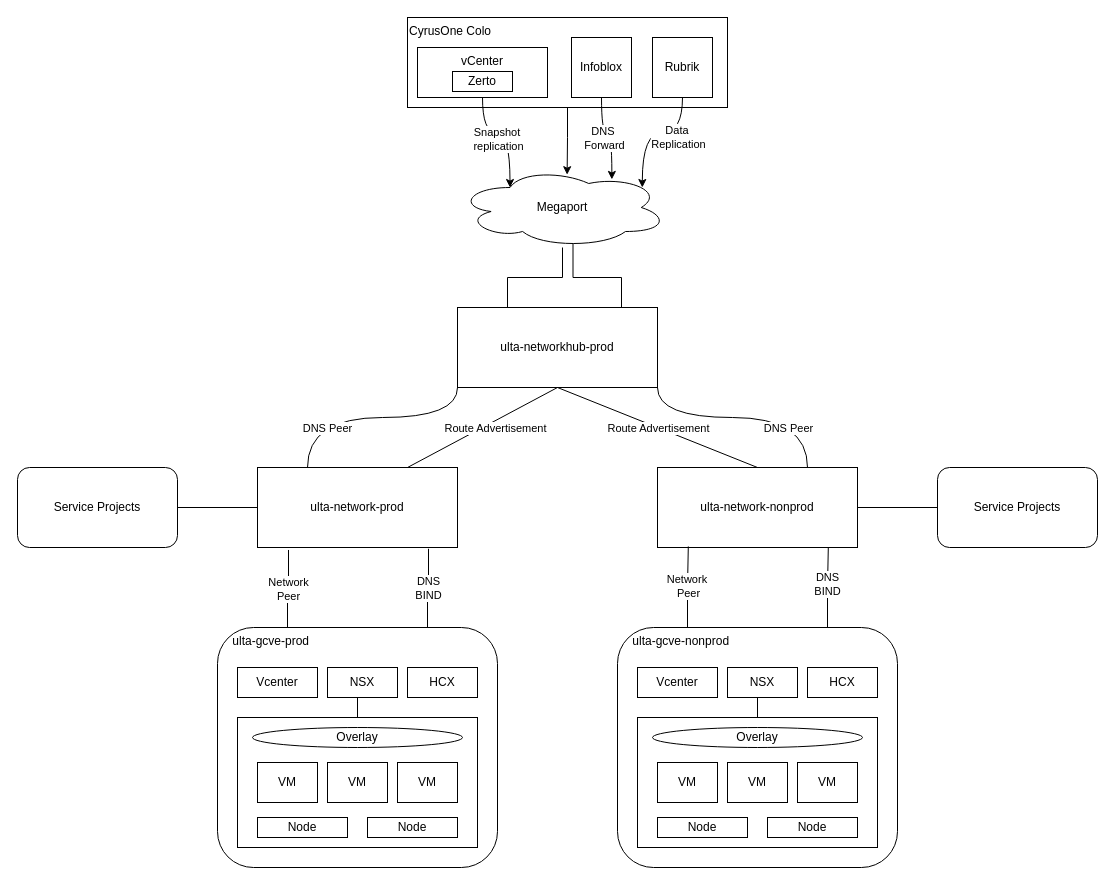
Earlier version of the draw.io diagram page "GCVE Network" (11 of 13) of images/compute.drawio (bpayt2/temp). Source tidied: cells renumbered, new cells numbered last; positions are measured from the earlier drawing's top-left corner, leaving out a move shared by most shapes. Both pictures are drawn from the tidied source at 100%, with x=0, y=0 at pixel (17, 17).
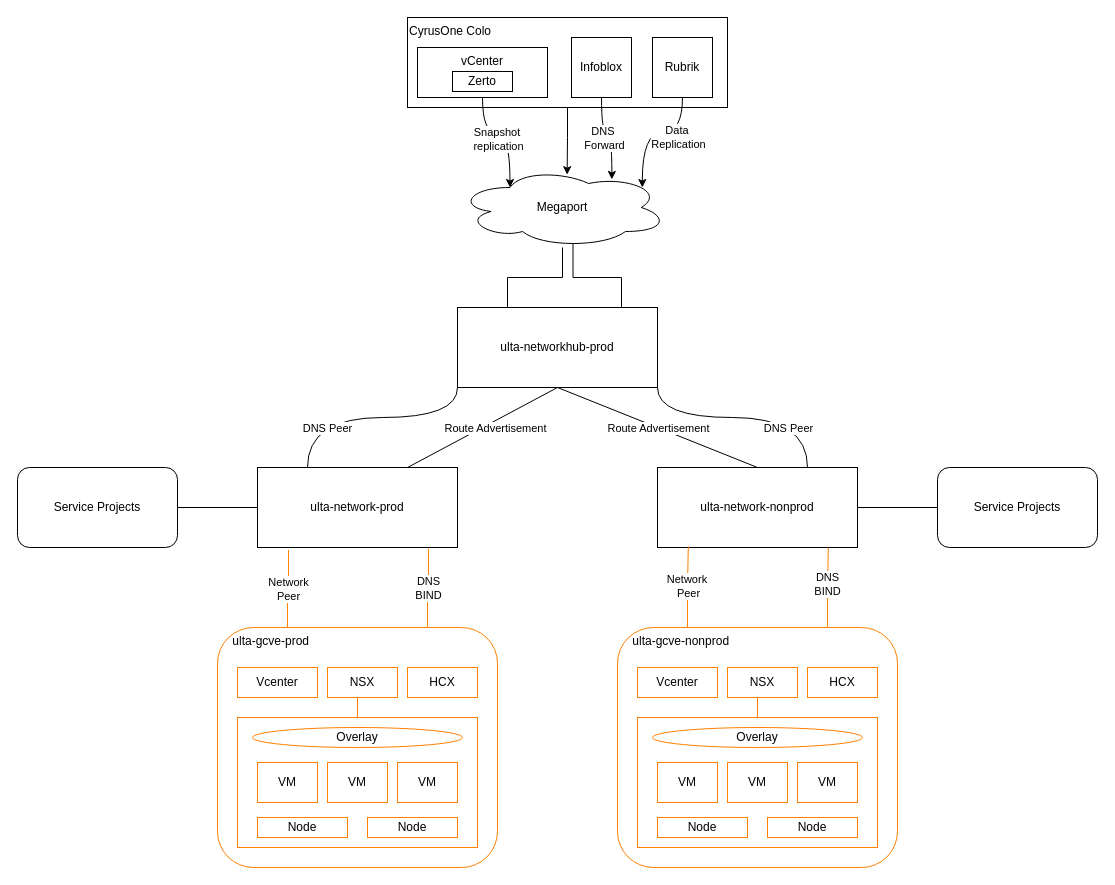
After the change.

Unchanged cells that the change refers to:
```xml
<mxCell id="10" value="ulta-network-prod" style="rounded=0;whiteSpace=wrap;html=1;" parent="1" vertex="1">
  <mxGeometry x="240" y="450" width="200" height="80" as="geometry" />
</mxCell>
<mxCell id="12" value="ulta-network-nonprod" style="rounded=0;whiteSpace=wrap;html=1;" parent="1" vertex="1">
  <mxGeometry x="640" y="450" width="200" height="80" as="geometry" />
</mxCell>
```

Change to the diagram source:
```diff
@@
-    <mxCell id="13" value="&amp;nbsp; &amp;nbsp; ulta-gcve-prod" style="rounded=1;whiteSpace=wrap;html=1;align=left;verticalAlign=top;" parent="1" vertex="1">
+    <mxCell id="13" value="&amp;nbsp; &amp;nbsp; ulta-gcve-prod" style="rounded=1;whiteSpace=wrap;html=1;align=left;verticalAlign=top;strokeColor=#FF8000;" parent="1" vertex="1">
       <mxGeometry x="200" y="610" width="280" height="240" as="geometry" />
     </mxCell>
@@
-    <mxCell id="21" value="Vcenter" style="rounded=0;whiteSpace=wrap;html=1;" parent="1" vertex="1">
+    <mxCell id="21" value="Vcenter" style="rounded=0;whiteSpace=wrap;html=1;strokeColor=#FF8000;" parent="1" vertex="1">
       <mxGeometry x="220" y="650" width="80" height="30" as="geometry" />
     </mxCell>
-    <mxCell id="22" style="edgeStyle=orthogonalEdgeStyle;rounded=0;jettySize=auto;html=1;exitX=0.5;exitY=1;exitDx=0;exitDy=0;entryX=0.5;entryY=0;entryDx=0;entryDy=0;" parent="1" edge="1" source="23" target="31">
+    <mxCell id="22" style="edgeStyle=orthogonalEdgeStyle;rounded=0;jettySize=auto;html=1;exitX=0.5;exitY=1;exitDx=0;exitDy=0;entryX=0.5;entryY=0;entryDx=0;entryDy=0;strokeColor=#FF8000;" parent="1" edge="1" source="23" target="31">
       <mxGeometry relative="1" as="geometry" />
     </mxCell>
-    <mxCell id="23" value="NSX" style="rounded=0;whiteSpace=wrap;html=1;" parent="1" vertex="1">
+    <mxCell id="23" value="NSX" style="rounded=0;whiteSpace=wrap;html=1;strokeColor=#FF8000;" parent="1" vertex="1">
       <mxGeometry x="310" y="650" width="70" height="30" as="geometry" />
     </mxCell>
-    <mxCell id="24" value="HCX" style="rounded=0;whiteSpace=wrap;html=1;" parent="1" vertex="1">
+    <mxCell id="24" value="HCX" style="rounded=0;whiteSpace=wrap;html=1;strokeColor=#FF8000;" parent="1" vertex="1">
       <mxGeometry x="390" y="650" width="70" height="30" as="geometry" />
     </mxCell>
-    <mxCell id="25" style="rounded=0;whiteSpace=wrap;html=1;" parent="1" vertex="1">
+    <mxCell id="25" style="rounded=0;whiteSpace=wrap;html=1;strokeColor=#FF8000;" parent="1" vertex="1">
       <mxGeometry x="220" y="700" width="240" height="130" as="geometry" />
     </mxCell>
-    <mxCell id="26" value="Node" style="rounded=0;whiteSpace=wrap;html=1;" parent="1" vertex="1">
+    <mxCell id="26" value="Node" style="rounded=0;whiteSpace=wrap;html=1;strokeColor=#FF8000;" parent="1" vertex="1">
       <mxGeometry x="240" y="800" width="90" height="20" as="geometry" />
     </mxCell>
-    <mxCell id="27" value="Node" style="rounded=0;whiteSpace=wrap;html=1;" parent="1" vertex="1">
+    <mxCell id="27" value="Node" style="rounded=0;whiteSpace=wrap;html=1;strokeColor=#FF8000;" parent="1" vertex="1">
       <mxGeometry x="350" y="800" width="90" height="20" as="geometry" />
     </mxCell>
-    <mxCell id="28" value="VM" style="rounded=0;whiteSpace=wrap;html=1;" parent="1" vertex="1">
+    <mxCell id="28" value="VM" style="rounded=0;whiteSpace=wrap;html=1;strokeColor=#FF8000;" parent="1" vertex="1">
       <mxGeometry x="240" y="745" width="60" height="40" as="geometry" />
     </mxCell>
-    <mxCell id="29" value="VM" style="rounded=0;whiteSpace=wrap;html=1;" parent="1" vertex="1">
+    <mxCell id="29" value="VM" style="rounded=0;whiteSpace=wrap;html=1;strokeColor=#FF8000;" parent="1" vertex="1">
       <mxGeometry x="310" y="745" width="60" height="40" as="geometry" />
     </mxCell>
-    <mxCell id="30" value="VM" style="rounded=0;whiteSpace=wrap;html=1;" parent="1" vertex="1">
+    <mxCell id="30" value="VM" style="rounded=0;whiteSpace=wrap;html=1;strokeColor=#FF8000;" parent="1" vertex="1">
       <mxGeometry x="380" y="745" width="60" height="40" as="geometry" />
     </mxCell>
-    <mxCell id="31" value="Overlay" style="ellipse;whiteSpace=wrap;html=1;" parent="1" vertex="1">
+    <mxCell id="31" value="Overlay" style="ellipse;whiteSpace=wrap;html=1;strokeColor=#FF8000;" parent="1" vertex="1">
       <mxGeometry x="235" y="710" width="210" height="20" as="geometry" />
     </mxCell>
-    <mxCell id="32" value="&amp;nbsp; &amp;nbsp; ulta-gcve-nonprod" style="rounded=1;whiteSpace=wrap;html=1;align=left;verticalAlign=top;" parent="1" vertex="1">
+    <mxCell id="32" value="&amp;nbsp; &amp;nbsp; ulta-gcve-nonprod" style="rounded=1;whiteSpace=wrap;html=1;align=left;verticalAlign=top;strokeColor=#FF8000;" parent="1" vertex="1">
       <mxGeometry x="600" y="610" width="280" height="240" as="geometry" />
     </mxCell>
-    <mxCell id="33" value="Vcenter" style="rounded=0;whiteSpace=wrap;html=1;" parent="1" vertex="1">
+    <mxCell id="33" value="Vcenter" style="rounded=0;whiteSpace=wrap;html=1;strokeColor=#FF8000;" parent="1" vertex="1">
       <mxGeometry x="620" y="650" width="80" height="30" as="geometry" />
     </mxCell>
-    <mxCell id="34" style="edgeStyle=orthogonalEdgeStyle;rounded=0;jettySize=auto;html=1;exitX=0.5;exitY=1;exitDx=0;exitDy=0;entryX=0.5;entryY=0;entryDx=0;entryDy=0;" parent="1" edge="1" source="35" target="43">
+    <mxCell id="34" style="edgeStyle=orthogonalEdgeStyle;rounded=0;jettySize=auto;html=1;exitX=0.5;exitY=1;exitDx=0;exitDy=0;entryX=0.5;entryY=0;entryDx=0;entryDy=0;strokeColor=#FF8000;" parent="1" edge="1" source="35" target="43">
       <mxGeometry relative="1" as="geometry" />
     </mxCell>
-    <mxCell id="35" value="NSX" style="rounded=0;whiteSpace=wrap;html=1;" parent="1" vertex="1">
+    <mxCell id="35" value="NSX" style="rounded=0;whiteSpace=wrap;html=1;strokeColor=#FF8000;" parent="1" vertex="1">
       <mxGeometry x="710" y="650" width="70" height="30" as="geometry" />
     </mxCell>
-    <mxCell id="36" value="HCX" style="rounded=0;whiteSpace=wrap;html=1;" parent="1" vertex="1">
+    <mxCell id="36" value="HCX" style="rounded=0;whiteSpace=wrap;html=1;strokeColor=#FF8000;" parent="1" vertex="1">
       <mxGeometry x="790" y="650" width="70" height="30" as="geometry" />
     </mxCell>
-    <mxCell id="37" style="rounded=0;whiteSpace=wrap;html=1;" parent="1" vertex="1">
+    <mxCell id="37" style="rounded=0;whiteSpace=wrap;html=1;strokeColor=#FF8000;" parent="1" vertex="1">
       <mxGeometry x="620" y="700" width="240" height="130" as="geometry" />
     </mxCell>
-    <mxCell id="38" value="Node" style="rounded=0;whiteSpace=wrap;html=1;" parent="1" vertex="1">
+    <mxCell id="38" value="Node" style="rounded=0;whiteSpace=wrap;html=1;strokeColor=#FF8000;" parent="1" vertex="1">
       <mxGeometry x="640" y="800" width="90" height="20" as="geometry" />
     </mxCell>
-    <mxCell id="39" value="Node" style="rounded=0;whiteSpace=wrap;html=1;" parent="1" vertex="1">
+    <mxCell id="39" value="Node" style="rounded=0;whiteSpace=wrap;html=1;strokeColor=#FF8000;" parent="1" vertex="1">
       <mxGeometry x="750" y="800" width="90" height="20" as="geometry" />
     </mxCell>
-    <mxCell id="40" value="VM" style="rounded=0;whiteSpace=wrap;html=1;" parent="1" vertex="1">
+    <mxCell id="40" value="VM" style="rounded=0;whiteSpace=wrap;html=1;strokeColor=#FF8000;" parent="1" vertex="1">
       <mxGeometry x="640" y="745" width="60" height="40" as="geometry" />
     </mxCell>
-    <mxCell id="41" value="VM" style="rounded=0;whiteSpace=wrap;html=1;" parent="1" vertex="1">
+    <mxCell id="41" value="VM" style="rounded=0;whiteSpace=wrap;html=1;strokeColor=#FF8000;" parent="1" vertex="1">
       <mxGeometry x="710" y="745" width="60" height="40" as="geometry" />
     </mxCell>
-    <mxCell id="42" value="VM" style="rounded=0;whiteSpace=wrap;html=1;" parent="1" vertex="1">
+    <mxCell id="42" value="VM" style="rounded=0;whiteSpace=wrap;html=1;strokeColor=#FF8000;" parent="1" vertex="1">
       <mxGeometry x="780" y="745" width="60" height="40" as="geometry" />
     </mxCell>
-    <mxCell id="43" value="Overlay" style="ellipse;whiteSpace=wrap;html=1;" parent="1" vertex="1">
+    <mxCell id="43" value="Overlay" style="ellipse;whiteSpace=wrap;html=1;strokeColor=#FF8000;" parent="1" vertex="1">
       <mxGeometry x="635" y="710" width="210" height="20" as="geometry" />
     </mxCell>
-    <mxCell id="44" style="edgeStyle=orthogonalEdgeStyle;rounded=0;jettySize=auto;html=1;exitX=0.25;exitY=0;exitDx=0;exitDy=0;entryX=0.155;entryY=1.031;entryDx=0;entryDy=0;entryPerimeter=0;endArrow=none;endFill=0;" parent="1" edge="1" source="13" target="10">
+    <mxCell id="44" style="edgeStyle=orthogonalEdgeStyle;rounded=0;jettySize=auto;html=1;exitX=0.25;exitY=0;exitDx=0;exitDy=0;entryX=0.155;entryY=1.031;entryDx=0;entryDy=0;entryPerimeter=0;endArrow=none;endFill=0;strokeColor=#FF8000;" parent="1" edge="1" source="13" target="10">
       <mxGeometry relative="1" as="geometry" />
     </mxCell>
@@
-    <mxCell id="46" style="edgeStyle=orthogonalEdgeStyle;rounded=0;jettySize=auto;html=1;exitX=0.75;exitY=0;exitDx=0;exitDy=0;entryX=0.855;entryY=1.016;entryDx=0;entryDy=0;entryPerimeter=0;endArrow=none;endFill=0;" parent="1" edge="1" source="13" target="10">
+    <mxCell id="46" style="edgeStyle=orthogonalEdgeStyle;rounded=0;jettySize=auto;html=1;exitX=0.75;exitY=0;exitDx=0;exitDy=0;entryX=0.855;entryY=1.016;entryDx=0;entryDy=0;entryPerimeter=0;endArrow=none;endFill=0;strokeColor=#FF8000;" parent="1" edge="1" source="13" target="10">
       <mxGeometry relative="1" as="geometry" />
     </mxCell>
@@
-    <mxCell id="48" style="edgeStyle=orthogonalEdgeStyle;rounded=0;jettySize=auto;html=1;exitX=0.25;exitY=0;exitDx=0;exitDy=0;entryX=0.154;entryY=0.987;entryDx=0;entryDy=0;entryPerimeter=0;endArrow=none;endFill=0;" parent="1" edge="1" source="32" target="12">
+    <mxCell id="48" style="edgeStyle=orthogonalEdgeStyle;rounded=0;jettySize=auto;html=1;exitX=0.25;exitY=0;exitDx=0;exitDy=0;entryX=0.154;entryY=0.987;entryDx=0;entryDy=0;entryPerimeter=0;endArrow=none;endFill=0;strokeColor=#FF8000;" parent="1" edge="1" source="32" target="12">
       <mxGeometry relative="1" as="geometry" />
     </mxCell>
@@
-    <mxCell id="50" style="edgeStyle=orthogonalEdgeStyle;rounded=0;jettySize=auto;html=1;exitX=0.75;exitY=0;exitDx=0;exitDy=0;entryX=0.854;entryY=1.001;entryDx=0;entryDy=0;entryPerimeter=0;endArrow=none;endFill=0;" parent="1" edge="1" source="32" target="12">
+    <mxCell id="50" style="edgeStyle=orthogonalEdgeStyle;rounded=0;jettySize=auto;html=1;exitX=0.75;exitY=0;exitDx=0;exitDy=0;entryX=0.854;entryY=1.001;entryDx=0;entryDy=0;entryPerimeter=0;endArrow=none;endFill=0;strokeColor=#FF8000;" parent="1" edge="1" source="32" target="12">
       <mxGeometry relative="1" as="geometry" />
     </mxCell>
```
